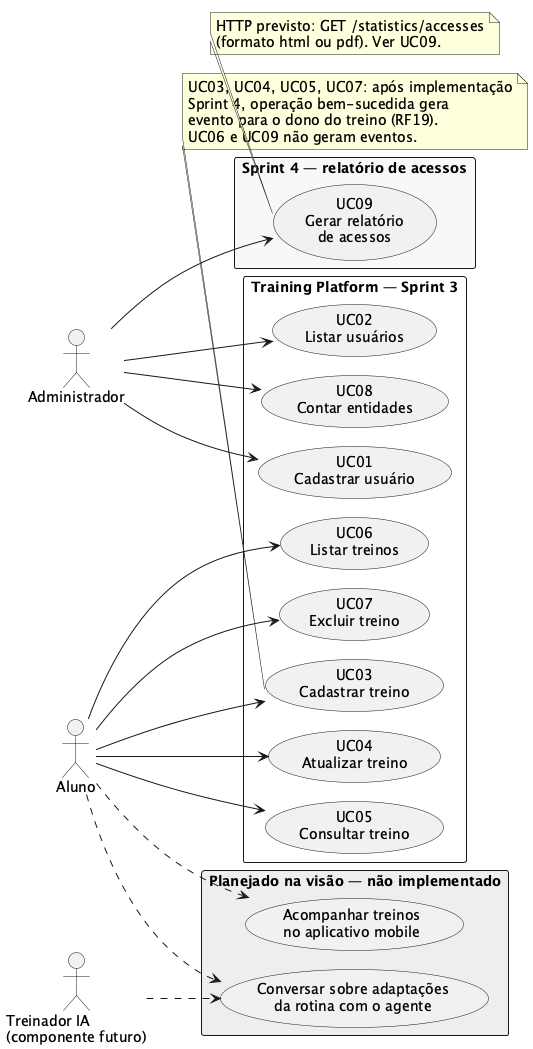
Miguelqfs/training-platform keeps this PlantUML diagram as docs/diagramas/diagrama-casos-de-uso.png. Above is the earlier version.
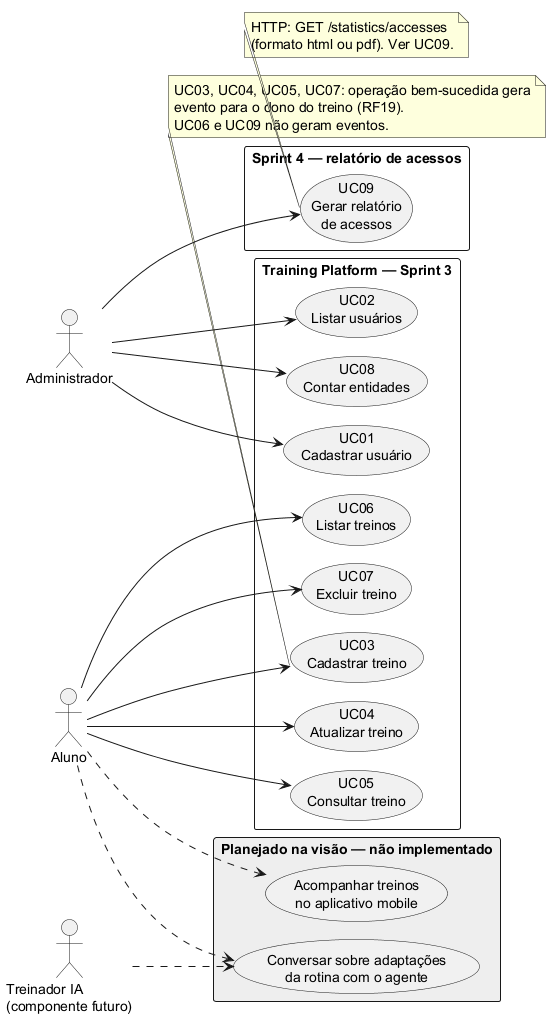
The same file after the commit.

What changed in the source:
```diff
@@ -37,13 +37,12 @@
 Aluno ..> FutureIA
 IA ..> FutureIA
 note bottom of UC03
-  UC03, UC04, UC05, UC07: após implementação
-  Sprint 4, operação bem-sucedida gera
+  UC03, UC04, UC05, UC07: operação bem-sucedida gera
   evento para o dono do treino (RF19).
   UC06 e UC09 não geram eventos.
 end note
 note bottom of UC09
-  HTTP previsto: GET /statistics/accesses
+  HTTP: GET /statistics/accesses
   (formato html ou pdf). Ver UC09.
 end note
 @enduml
```
